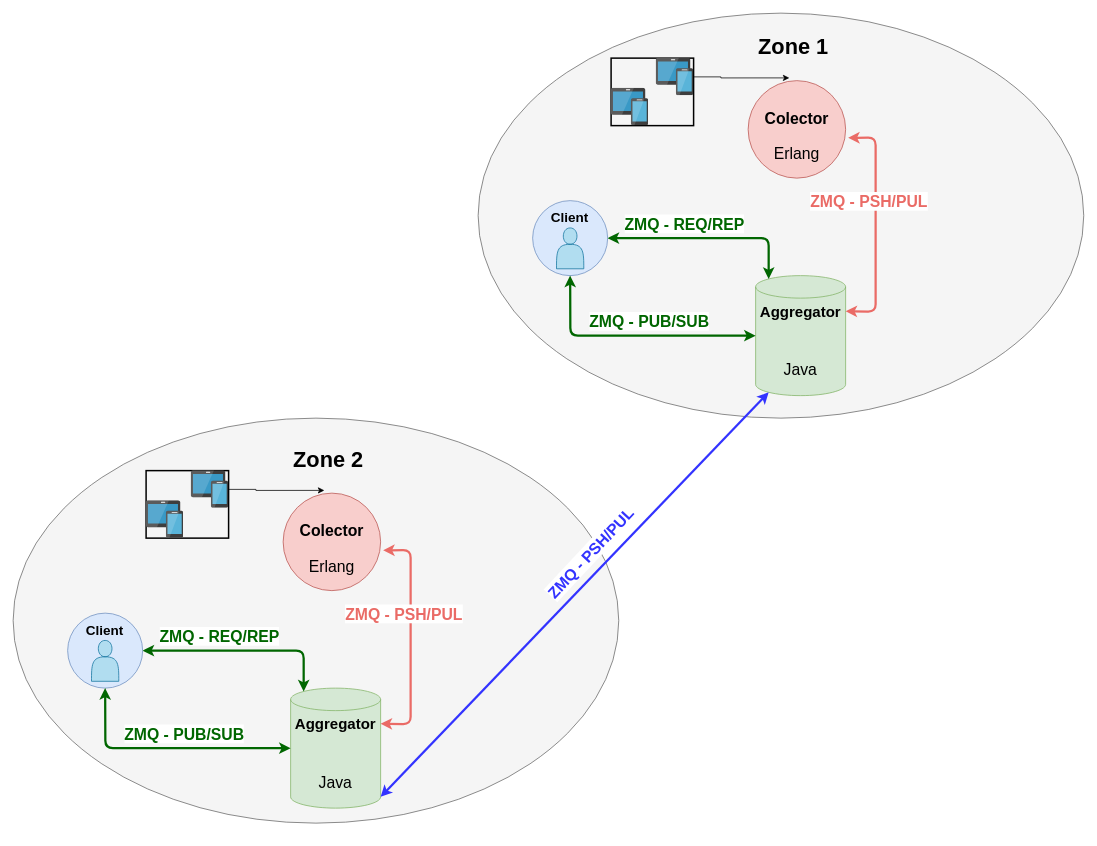
Ivo-Down/MEI_SD keeps this draw.io diagram as SDGE_PSD/diagramaFinal.drawio. Above is the earlier version. Source tidied: cells renumbered, new cells numbered last; positions are measured from the earlier drawing's top-left corner, leaving out a move shared by most shapes. Both pictures are drawn from the tidied source at 75%, with x=0, y=0 at pixel (13, 13).
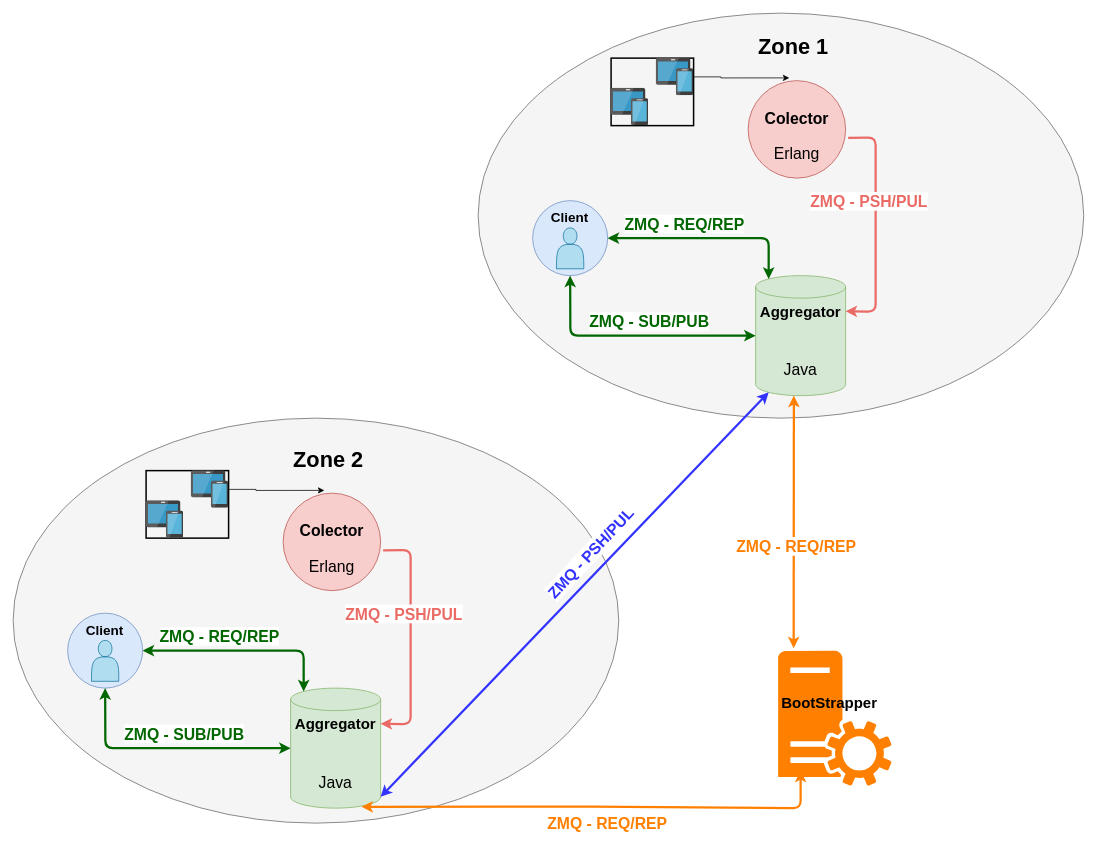
The same diagram, later.

Commit message (it also covers changes not shown here):
Atualização dos diagrnas

The change refers to these unchanged cells:
```xml
<mxCell id="9" style="shape=cylinder3;whiteSpace=wrap;html=1;boundedLbl=1;backgroundOutline=1;size=15;fontSize=19;fillColor=#d5e8d4;strokeColor=#82b366;" parent="8" vertex="1">
  <mxGeometry width="120" height="160" as="geometry" />
</mxCell>
<mxCell id="15" style="ellipse;whiteSpace=wrap;html=1;fontSize=18;fillColor=#f8cecc;strokeColor=#b85450;" parent="14" vertex="1">
  <mxGeometry width="130" height="130" as="geometry" />
</mxCell>
<mxCell id="24" style="rounded=1;jettySize=auto;html=1;entryX=0;entryY=0.5;entryDx=0;entryDy=0;entryPerimeter=0;fontSize=21;endArrow=classic;endFill=1;startArrow=classic;startFill=1;strokeWidth=3;fontColor=#006600;strokeColor=#006600;fontStyle=1;" parent="1" edge="1" source="4" target="9">
  <mxGeometry relative="1" as="geometry">
    <Array as="points">
      <mxPoint x="743" y="430" />
    </Array>
  </mxGeometry>
</mxCell>
<mxCell id="30" style="group;" parent="1" vertex="1">
  <mxGeometry y="540" width="807.5" height="540" as="geometry" />
</mxCell>
<mxCell id="38" style="shape=cylinder3;whiteSpace=wrap;html=1;boundedLbl=1;backgroundOutline=1;size=15;fontSize=19;fillColor=#d5e8d4;strokeColor=#82b366;" parent="37" vertex="1">
  <mxGeometry width="120" height="160" as="geometry" />
</mxCell>
<mxCell id="44" style="ellipse;whiteSpace=wrap;html=1;fontSize=18;fillColor=#f8cecc;strokeColor=#b85450;" parent="43" vertex="1">
  <mxGeometry width="130" height="130" as="geometry" />
</mxCell>
<mxCell id="53" style="rounded=1;jettySize=auto;html=1;entryX=0;entryY=0.5;entryDx=0;entryDy=0;entryPerimeter=0;fontSize=21;endArrow=classic;endFill=1;startArrow=classic;startFill=1;strokeWidth=3;fontColor=#006600;strokeColor=#006600;fontStyle=1;" parent="30" edge="1" source="33" target="38">
  <mxGeometry relative="1" as="geometry">
    <Array as="points">
      <mxPoint x="123" y="440" />
    </Array>
  </mxGeometry>
</mxCell>
```

Change to the diagram source:
```diff
@@
-    <mxCell id="25" value="ZMQ - PUB/SUB" style="edgeLabel;html=1;align=center;verticalAlign=middle;fontSize=21;rotation=0;fontColor=#006600;fontStyle=1;" parent="24" vertex="1">
+    <mxCell id="25" value="ZMQ - SUB/PUB" style="edgeLabel;html=1;align=center;verticalAlign=middle;fontSize=21;rotation=0;fontColor=#006600;fontStyle=1;" parent="24" vertex="1">
       <mxGeometry x="-0.24" y="3" relative="1" as="geometry">
         <mxPoint x="61" y="-17" as="offset" />
       </mxGeometry>
     </mxCell>
@@
-    <mxCell id="28" style="rounded=1;jettySize=auto;html=1;entryX=1;entryY=0;entryDx=0;entryDy=47.5;entryPerimeter=0;fontSize=21;fontColor=#006600;startArrow=classic;startFill=1;endArrow=classic;endFill=1;strokeColor=#EA6B66;strokeWidth=3;exitX=1.026;exitY=0.587;exitDx=0;exitDy=0;exitPerimeter=0;" parent="1" edge="1" source="15" target="9">
+    <mxCell id="28" style="rounded=1;jettySize=auto;html=1;entryX=1;entryY=0;entryDx=0;entryDy=47.5;entryPerimeter=0;fontSize=21;fontColor=#006600;startArrow=none;startFill=0;endArrow=classic;endFill=1;strokeColor=#EA6B66;strokeWidth=3;exitX=1.026;exitY=0.587;exitDx=0;exitDy=0;exitPerimeter=0;" parent="1" edge="1" source="15" target="9">
       <mxGeometry relative="1" as="geometry">
         <Array as="points">
           <mxPoint x="1150" y="166" />
           <mxPoint x="1150" y="398" />
         </Array>
       </mxGeometry>
     </mxCell>
@@
-    <mxCell id="54" value="ZMQ - PUB/SUB" style="edgeLabel;html=1;align=center;verticalAlign=middle;fontSize=21;rotation=0;fontColor=#006600;fontStyle=1;" parent="53" vertex="1">
+    <mxCell id="54" value="ZMQ - SUB/PUB" style="edgeLabel;html=1;align=center;verticalAlign=middle;fontSize=21;rotation=0;fontColor=#006600;fontStyle=1;" parent="53" vertex="1">
       <mxGeometry x="-0.24" y="3" relative="1" as="geometry">
         <mxPoint x="61" y="-17" as="offset" />
       </mxGeometry>
     </mxCell>
@@
-    <mxCell id="57" style="rounded=1;jettySize=auto;html=1;entryX=1;entryY=0;entryDx=0;entryDy=47.5;entryPerimeter=0;fontSize=21;fontColor=#006600;startArrow=classic;startFill=1;endArrow=classic;endFill=1;strokeColor=#EA6B66;strokeWidth=3;exitX=1.026;exitY=0.587;exitDx=0;exitDy=0;exitPerimeter=0;" parent="30" edge="1" source="44" target="38">
+    <mxCell id="57" style="rounded=1;jettySize=auto;html=1;entryX=1;entryY=0;entryDx=0;entryDy=47.5;entryPerimeter=0;fontSize=21;fontColor=#006600;startArrow=none;startFill=0;endArrow=classic;endFill=1;strokeColor=#EA6B66;strokeWidth=3;exitX=1.026;exitY=0.587;exitDx=0;exitDy=0;exitPerimeter=0;" parent="30" edge="1" source="44" target="38">
       <mxGeometry relative="1" as="geometry">
         <Array as="points">
           <mxPoint x="530" y="176" />
           <mxPoint x="530" y="408" />
         </Array>
       </mxGeometry>
     </mxCell>
@@
+    <mxCell id="61" style="group;" parent="1" vertex="1">
+      <mxGeometry x="1020" y="850" width="151.2" height="180" as="geometry" />
+    </mxCell>
+    <mxCell id="62" style="sketch=0;shadow=0;dashed=0;html=1;strokeColor=none;labelPosition=center;verticalLabelPosition=bottom;verticalAlign=top;align=center;fillColor=#FF8000;shape=mxgraph.mscae.system_center.roles;" parent="61" vertex="1">
+      <mxGeometry width="151.2" height="180" as="geometry" />
+    </mxCell>
+    <mxCell id="63" value="&lt;b&gt;&lt;font style=&quot;font-size: 20px;&quot;&gt;BootStrapper&lt;/font&gt;&lt;/b&gt;" style="text;html=1;strokeColor=none;fillColor=none;align=center;verticalAlign=middle;whiteSpace=wrap;rounded=0;" parent="61" vertex="1">
+      <mxGeometry x="42.9" y="55.7" width="51.4" height="25.7" as="geometry" />
+    </mxCell>
+    <mxCell id="64" style="rounded=1;jettySize=auto;html=1;entryX=0.137;entryY=-0.017;entryDx=0;entryDy=0;entryPerimeter=0;fontSize=21;endArrow=classic;endFill=1;startArrow=classic;startFill=1;strokeWidth=3;fontColor=#006600;strokeColor=#FF8000;fontStyle=1;" parent="1" edge="1" target="62">
+      <mxGeometry relative="1" as="geometry">
+        <mxPoint x="1041" y="510" as="sourcePoint" />
+      </mxGeometry>
+    </mxCell>
+    <mxCell id="65" value="ZMQ - REQ/REP" style="edgeLabel;html=1;align=center;verticalAlign=middle;fontSize=21;rotation=0;fontColor=#FF8000;fontStyle=1;" parent="64" vertex="1">
+      <mxGeometry x="-0.24" y="3" relative="1" as="geometry">
+        <mxPoint y="72" as="offset" />
+      </mxGeometry>
+    </mxCell>
+    <mxCell id="66" style="rounded=1;jettySize=auto;html=1;entryX=0.787;entryY=0.989;entryDx=0;entryDy=0;entryPerimeter=0;fontSize=21;endArrow=classic;endFill=1;startArrow=classic;startFill=1;strokeWidth=3;fontColor=#006600;strokeColor=#FF8000;fontStyle=1;" parent="1" edge="1" target="38">
+      <mxGeometry relative="1" as="geometry">
+        <mxPoint x="1050" y="1010" as="sourcePoint" />
+        <Array as="points">
+          <mxPoint x="1050" y="1060" />
+          <mxPoint x="760" y="1058" />
+        </Array>
+      </mxGeometry>
+    </mxCell>
+    <mxCell id="67" value="ZMQ - REQ/REP" style="edgeLabel;html=1;align=center;verticalAlign=middle;fontSize=21;rotation=0;fontColor=#FF8000;fontStyle=1;" parent="66" vertex="1">
+      <mxGeometry x="-0.24" y="3" relative="1" as="geometry">
+        <mxPoint x="-66" y="18" as="offset" />
+      </mxGeometry>
+    </mxCell>
```
